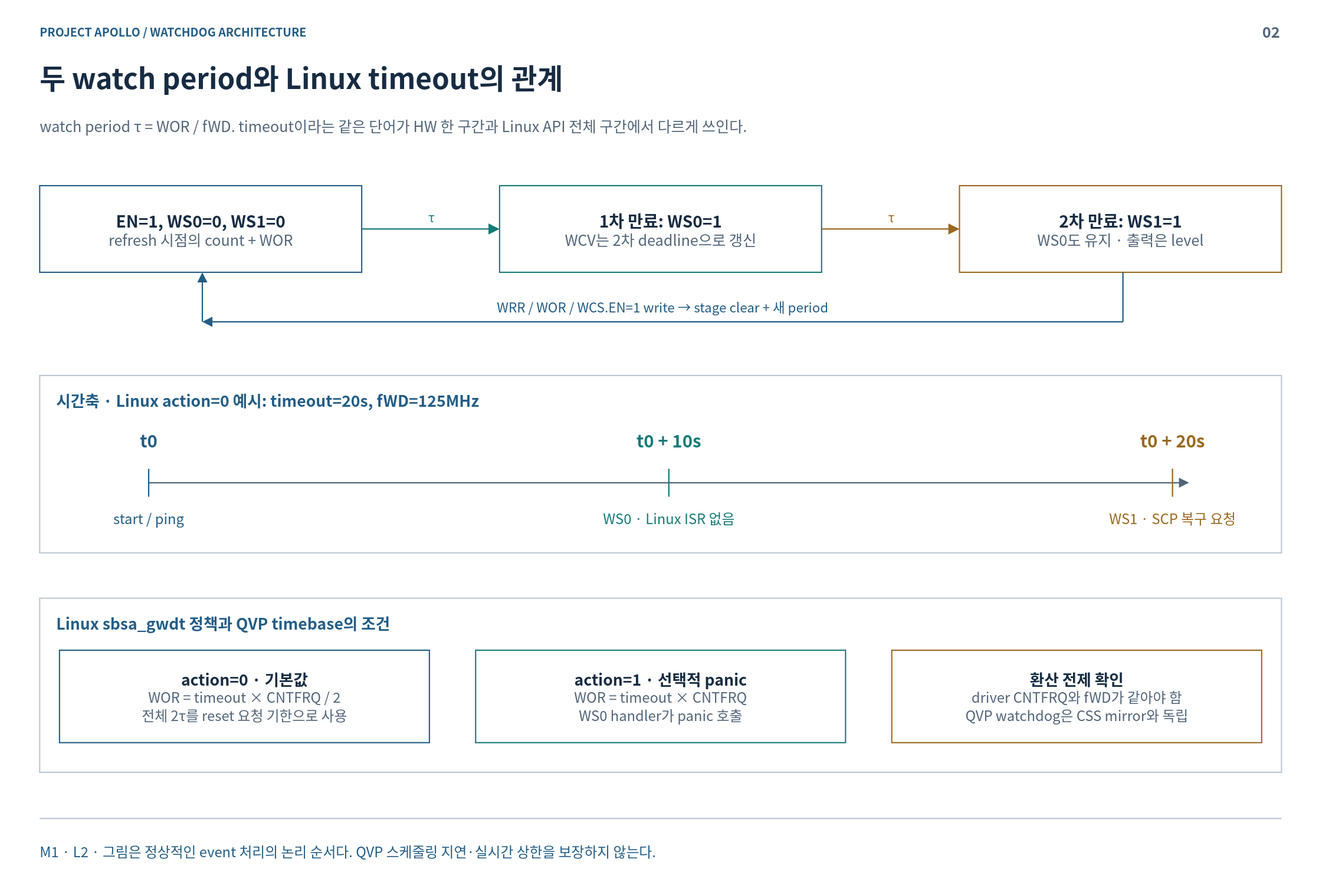
The draw.io diagram doc/phase1/watchdog/diagrams/02-stages.drawio.svg in cometzero/project-apollo, before a commit. Source tidied: cells renumbered, new cells last; positions are measured from the earlier drawing's top-left corner, leaving out a move shared by most shapes.
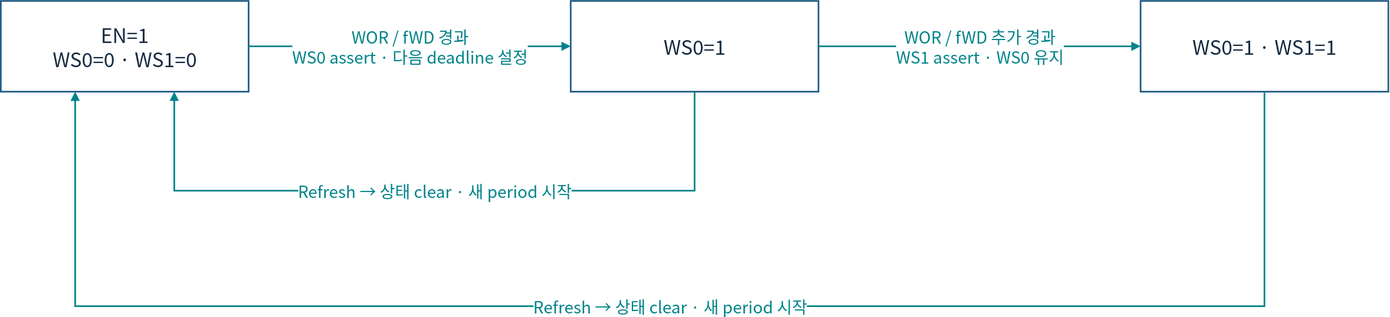
Above is the later version.

Change to the diagram source:
```diff
@@ -2,130 +2,36 @@
   <root>
     <mxCell id="0" />
     <mxCell id="1" parent="0" />
-    <mxCell id="2" style="rounded=0;whiteSpace=wrap;html=1;fillColor=#FFFFFF;strokeWidth=1.5;fontFamily=Noto Sans CJK KR;fontSize=18;spacing=12;fontColor=#172C43;strokeColor=none;" parent="1" vertex="1">
-      <mxGeometry width="1600" height="1080" as="geometry" />
-    </mxCell>
-    <mxCell id="3" value="PROJECT APOLLO / WATCHDOG ARCHITECTURE" style="rounded=0;whiteSpace=wrap;html=1;fillColor=#FFFFFF;strokeWidth=1.5;fontFamily=Noto Sans CJK KR;fontSize=18;spacing=12;fontColor=#172C43;strokeColor=none;fillColor=none;spacing=0;align=left;verticalAlign=middle;fontSize=14;fontColor=#235D86;fontStyle=1;" parent="1" vertex="1">
-      <mxGeometry x="48" y="26" width="1400" height="24" as="geometry" />
-    </mxCell>
-    <mxCell id="4" value="02" style="rounded=0;whiteSpace=wrap;html=1;fillColor=#FFFFFF;strokeWidth=1.5;fontFamily=Noto Sans CJK KR;fontSize=18;spacing=12;fontColor=#172C43;strokeColor=none;fillColor=none;spacing=0;align=right;verticalAlign=middle;fontSize=18;fontColor=#52657A;fontStyle=1;" parent="1" vertex="1">
-      <mxGeometry x="1485" y="23" width="65" height="30" as="geometry" />
-    </mxCell>
-    <mxCell id="5" value="두 watch period와 Linux timeout의 관계" style="rounded=0;whiteSpace=wrap;html=1;fillColor=#FFFFFF;strokeWidth=1.5;fontFamily=Noto Sans CJK KR;fontSize=18;spacing=12;fontColor=#172C43;strokeColor=none;fillColor=none;spacing=0;align=left;verticalAlign=middle;fontSize=34;fontColor=#172C43;fontStyle=1;" parent="1" vertex="1">
-      <mxGeometry x="48" y="67" width="1504" height="54" as="geometry" />
-    </mxCell>
-    <mxCell id="6" value="watch period τ = WOR / fWD. timeout이라는 같은 단어가 HW 한 구간과 Linux API 전체 구간에서 다르게 쓰인다." style="rounded=0;whiteSpace=wrap;html=1;fillColor=#FFFFFF;strokeWidth=1.5;fontFamily=Noto Sans CJK KR;fontSize=18;spacing=12;fontColor=#172C43;strokeColor=none;fillColor=none;spacing=0;align=left;verticalAlign=middle;fontSize=18;fontColor=#52657A;fontStyle=0;" parent="1" vertex="1">
-      <mxGeometry x="48" y="127" width="1504" height="50" as="geometry" />
-    </mxCell>
-    <mxCell id="7" style="html=1;whiteSpace=nowrap;edgeStyle=none;endArrow=none;endSize=8;strokeWidth=1.6;strokeColor=#BAC7D3;fontColor=#BAC7D3;fontFamily=Noto Sans CJK KR;fontSize=16;labelBackgroundColor=#FFFFFF;dashed=0;" parent="1" edge="1">
-      <mxGeometry relative="1" as="geometry">
-        <mxPoint x="48" y="992" as="sourcePoint" />
-        <mxPoint x="1552" y="992" as="targetPoint" />
-      </mxGeometry>
-    </mxCell>
-    <mxCell id="8" value="M1 · L2 · 그림은 정상적인 event 처리의 논리 순서다. QVP 스케줄링 지연·실시간 상한을 보장하지 않는다." style="rounded=0;whiteSpace=wrap;html=1;fillColor=#FFFFFF;strokeWidth=1.5;fontFamily=Noto Sans CJK KR;fontSize=18;spacing=12;fontColor=#172C43;strokeColor=none;fillColor=none;spacing=0;align=left;verticalAlign=middle;fontSize=17;fontColor=#235D86;fontStyle=0;" parent="1" vertex="1">
-      <mxGeometry x="48" y="1007" width="1504" height="50" as="geometry" />
-    </mxCell>
-    <mxCell id="9" value="&lt;b style=&quot;font-size:20px&quot;&gt;EN=1, WS0=0, WS1=0&lt;/b&gt;&lt;br&gt;&lt;font color=&quot;#52657A&quot; style=&quot;font-size:18px&quot;&gt;refresh 시점의 count + WOR&lt;/font&gt;" style="rounded=0;whiteSpace=wrap;html=1;fillColor=#FFFFFF;strokeWidth=1.5;fontFamily=Noto Sans CJK KR;fontSize=18;spacing=12;fontColor=#172C43;strokeColor=#235D86;" parent="1" vertex="1">
-      <mxGeometry x="48" y="225" width="390" height="105" as="geometry" />
+    <mxCell id="9" value="EN=1&lt;br&gt;WS0=0 · WS1=0" style="rounded=0;whiteSpace=wrap;html=1;fillColor=#FFFFFF;strokeColor=#235D86;strokeWidth=2;fontColor=#172C43;fontFamily=Noto Sans CJK KR;fontSize=24;spacing=10;" parent="1" vertex="1">
+      <mxGeometry x="48" y="225" width="300" height="110" as="geometry" />
     </mxCell>
-    <mxCell id="10" value="&lt;b style=&quot;font-size:20px&quot;&gt;1차 만료: WS0=1&lt;/b&gt;&lt;br&gt;&lt;font color=&quot;#52657A&quot; style=&quot;font-size:18px&quot;&gt;WCV는 2차 deadline으로 갱신&lt;/font&gt;" style="rounded=0;whiteSpace=wrap;html=1;fillColor=#FFFFFF;strokeWidth=1.5;fontFamily=Noto Sans CJK KR;fontSize=18;spacing=12;fontColor=#172C43;strokeColor=#147B79;" parent="1" vertex="1">
-      <mxGeometry x="605" y="225" width="390" height="105" as="geometry" />
-    </mxCell>
-    <mxCell id="11" value="&lt;b style=&quot;font-size:20px&quot;&gt;2차 만료: WS1=1&lt;/b&gt;&lt;br&gt;&lt;font color=&quot;#52657A&quot; style=&quot;font-size:18px&quot;&gt;WS0도 유지 · 출력은 level&lt;/font&gt;" style="rounded=0;whiteSpace=wrap;html=1;fillColor=#FFFFFF;strokeWidth=1.5;fontFamily=Noto Sans CJK KR;fontSize=18;spacing=12;fontColor=#172C43;strokeColor=#9A681E;" parent="1" vertex="1">
-      <mxGeometry x="1162" y="225" width="390" height="105" as="geometry" />
-    </mxCell>
-    <mxCell id="12" value="τ" style="html=1;whiteSpace=nowrap;edgeStyle=orthogonalEdgeStyle;rounded=0;endArrow=block;endSize=9;strokeWidth=1.7;strokeColor=#147B79;fontColor=#147B79;fontFamily=Noto Sans CJK KR;fontSize=15;labelBackgroundColor=#FFFFFF;" parent="1" edge="1" source="9" target="10">
-      <mxGeometry relative="1" as="geometry">
-        <mxPoint y="-16" as="offset" />
-      </mxGeometry>
-    </mxCell>
-    <mxCell id="13" value="τ" style="html=1;whiteSpace=nowrap;edgeStyle=orthogonalEdgeStyle;rounded=0;endArrow=block;endSize=9;strokeWidth=1.7;strokeColor=#9A681E;fontColor=#9A681E;fontFamily=Noto Sans CJK KR;fontSize=15;labelBackgroundColor=#FFFFFF;" parent="1" edge="1" source="10" target="11">
-      <mxGeometry relative="1" as="geometry">
-        <mxPoint y="-16" as="offset" />
-      </mxGeometry>
-    </mxCell>
-    <mxCell id="14" style="html=1;whiteSpace=nowrap;edgeStyle=none;endArrow=none;endSize=8;strokeWidth=1.6;strokeColor=#235D86;fontColor=#235D86;fontFamily=Noto Sans CJK KR;fontSize=16;labelBackgroundColor=#FFFFFF;dashed=0;" parent="1" edge="1">
-      <mxGeometry relative="1" as="geometry">
-        <mxPoint x="1360" y="330" as="sourcePoint" />
-        <mxPoint x="1360" y="390" as="targetPoint" />
-      </mxGeometry>
-    </mxCell>
-    <mxCell id="15" value="WRR / WOR / WCS.EN=1 write → stage clear + 새 period" style="html=1;whiteSpace=nowrap;edgeStyle=none;endArrow=block;endSize=8;strokeWidth=1.6;strokeColor=#235D86;fontColor=#235D86;fontFamily=Noto Sans CJK KR;fontSize=16;labelBackgroundColor=#FFFFFF;dashed=0;" parent="1" edge="1">
-      <mxGeometry relative="1" as="geometry">
-        <mxPoint x="1360" y="390" as="sourcePoint" />
-        <mxPoint x="245" y="390" as="targetPoint" />
-        <mxPoint y="-18" as="offset" />
-      </mxGeometry>
-    </mxCell>
-    <mxCell id="16" style="html=1;whiteSpace=nowrap;edgeStyle=none;endArrow=block;endSize=8;strokeWidth=1.6;strokeColor=#235D86;fontColor=#235D86;fontFamily=Noto Sans CJK KR;fontSize=16;labelBackgroundColor=#FFFFFF;dashed=0;" parent="1" edge="1">
-      <mxGeometry relative="1" as="geometry">
-        <mxPoint x="245" y="390" as="sourcePoint" />
-        <mxPoint x="245" y="330" as="targetPoint" />
-      </mxGeometry>
-    </mxCell>
-    <mxCell id="17" style="rounded=0;whiteSpace=wrap;html=1;fillColor=#FFFFFF;strokeWidth=1.5;fontFamily=Noto Sans CJK KR;fontSize=18;spacing=12;fontColor=#172C43;strokeColor=#BAC7D3;" parent="1" vertex="1">
-      <mxGeometry x="48" y="455" width="1504" height="215" as="geometry" />
-    </mxCell>
-    <mxCell id="18" value="시간축 · Linux action=0 예시: timeout=20s, fWD=125MHz" style="rounded=0;whiteSpace=wrap;html=1;fillColor=#FFFFFF;strokeWidth=1.5;fontFamily=Noto Sans CJK KR;fontSize=18;spacing=12;fontColor=#172C43;strokeColor=none;fillColor=none;spacing=0;align=left;verticalAlign=middle;fontSize=19;fontColor=#235D86;fontStyle=1;" parent="1" vertex="1">
-      <mxGeometry x="68" y="469" width="1464" height="32" as="geometry" />
-    </mxCell>
-    <mxCell id="19" style="html=1;whiteSpace=nowrap;edgeStyle=none;endArrow=block;endSize=8;strokeWidth=1.6;strokeColor=#52657A;fontColor=#52657A;fontFamily=Noto Sans CJK KR;fontSize=16;labelBackgroundColor=#FFFFFF;dashed=0;" parent="1" edge="1">
-      <mxGeometry relative="1" as="geometry">
-        <mxPoint x="180" y="585" as="sourcePoint" />
-        <mxPoint x="1440" y="585" as="targetPoint" />
-      </mxGeometry>
-    </mxCell>
-    <mxCell id="20" style="html=1;whiteSpace=nowrap;edgeStyle=none;endArrow=none;endSize=8;strokeWidth=1.6;strokeColor=#235D86;fontColor=#235D86;fontFamily=Noto Sans CJK KR;fontSize=16;labelBackgroundColor=#FFFFFF;dashed=0;" parent="1" edge="1">
-      <mxGeometry relative="1" as="geometry">
-        <mxPoint x="180" y="568" as="sourcePoint" />
-        <mxPoint x="180" y="602" as="targetPoint" />
-      </mxGeometry>
-    </mxCell>
-    <mxCell id="21" value="t0" style="rounded=0;whiteSpace=wrap;html=1;fillColor=#FFFFFF;strokeWidth=1.5;fontFamily=Noto Sans CJK KR;fontSize=18;spacing=12;fontColor=#172C43;strokeColor=none;fillColor=none;spacing=0;align=center;verticalAlign=middle;fontSize=21;fontColor=#235D86;fontStyle=1;" parent="1" vertex="1">
-      <mxGeometry x="20" y="510" width="320" height="45" as="geometry" />
-    </mxCell>
-    <mxCell id="22" value="start / ping" style="rounded=0;whiteSpace=wrap;html=1;fillColor=#FFFFFF;strokeWidth=1.5;fontFamily=Noto Sans CJK KR;fontSize=18;spacing=12;fontColor=#172C43;strokeColor=none;fillColor=none;spacing=0;align=center;verticalAlign=middle;fontSize=17;fontColor=#235D86;fontStyle=0;" parent="1" vertex="1">
-      <mxGeometry x="15" y="612" width="330" height="32" as="geometry" />
-    </mxCell>
-    <mxCell id="23" style="html=1;whiteSpace=nowrap;edgeStyle=none;endArrow=none;endSize=8;strokeWidth=1.6;strokeColor=#147B79;fontColor=#147B79;fontFamily=Noto Sans CJK KR;fontSize=16;labelBackgroundColor=#FFFFFF;dashed=0;" parent="1" edge="1">
-      <mxGeometry relative="1" as="geometry">
-        <mxPoint x="810" y="568" as="sourcePoint" />
-        <mxPoint x="810" y="602" as="targetPoint" />
-      </mxGeometry>
-    </mxCell>
-    <mxCell id="24" value="t0 + 10s" style="rounded=0;whiteSpace=wrap;html=1;fillColor=#FFFFFF;strokeWidth=1.5;fontFamily=Noto Sans CJK KR;fontSize=18;spacing=12;fontColor=#172C43;strokeColor=none;fillColor=none;spacing=0;align=center;verticalAlign=middle;fontSize=21;fontColor=#147B79;fontStyle=1;" parent="1" vertex="1">
-      <mxGeometry x="650" y="510" width="320" height="45" as="geometry" />
-    </mxCell>
-    <mxCell id="25" value="WS0 · Linux ISR 없음" style="rounded=0;whiteSpace=wrap;html=1;fillColor=#FFFFFF;strokeWidth=1.5;fontFamily=Noto Sans CJK KR;fontSize=18;spacing=12;fontColor=#172C43;strokeColor=none;fillColor=none;spacing=0;align=center;verticalAlign=middle;fontSize=17;fontColor=#147B79;fontStyle=0;" parent="1" vertex="1">
-      <mxGeometry x="645" y="612" width="330" height="32" as="geometry" />
-    </mxCell>
-    <mxCell id="26" style="html=1;whiteSpace=nowrap;edgeStyle=none;endArrow=none;endSize=8;strokeWidth=1.6;strokeColor=#9A681E;fontColor=#9A681E;fontFamily=Noto Sans CJK KR;fontSize=16;labelBackgroundColor=#FFFFFF;dashed=0;" parent="1" edge="1">
-      <mxGeometry relative="1" as="geometry">
-        <mxPoint x="1420" y="568" as="sourcePoint" />
-        <mxPoint x="1420" y="602" as="targetPoint" />
-      </mxGeometry>
-    </mxCell>
-    <mxCell id="27" value="t0 + 20s" style="rounded=0;whiteSpace=wrap;html=1;fillColor=#FFFFFF;strokeWidth=1.5;fontFamily=Noto Sans CJK KR;fontSize=18;spacing=12;fontColor=#172C43;strokeColor=none;fillColor=none;spacing=0;align=center;verticalAlign=middle;fontSize=21;fontColor=#9A681E;fontStyle=1;" parent="1" vertex="1">
-      <mxGeometry x="1260" y="510" width="320" height="45" as="geometry" />
-    </mxCell>
-    <mxCell id="28" value="WS1 · SCP 복구 요청" style="rounded=0;whiteSpace=wrap;html=1;fillColor=#FFFFFF;strokeWidth=1.5;fontFamily=Noto Sans CJK KR;fontSize=18;spacing=12;fontColor=#172C43;strokeColor=none;fillColor=none;spacing=0;align=center;verticalAlign=middle;fontSize=17;fontColor=#9A681E;fontStyle=0;" parent="1" vertex="1">
-      <mxGeometry x="1255" y="612" width="330" height="32" as="geometry" />
-    </mxCell>
-    <mxCell id="29" style="rounded=0;whiteSpace=wrap;html=1;fillColor=#FFFFFF;strokeWidth=1.5;fontFamily=Noto Sans CJK KR;fontSize=18;spacing=12;fontColor=#172C43;strokeColor=#BAC7D3;" parent="1" vertex="1">
-      <mxGeometry x="48" y="725" width="1504" height="211" as="geometry" />
-    </mxCell>
-    <mxCell id="30" value="Linux sbsa_gwdt 정책과 QVP timebase의 조건" style="rounded=0;whiteSpace=wrap;html=1;fillColor=#FFFFFF;strokeWidth=1.5;fontFamily=Noto Sans CJK KR;fontSize=18;spacing=12;fontColor=#172C43;strokeColor=none;fillColor=none;spacing=0;align=left;verticalAlign=middle;fontSize=19;fontColor=#235D86;fontStyle=1;" parent="1" vertex="1">
-      <mxGeometry x="68" y="739" width="1464" height="32" as="geometry" />
-    </mxCell>
-    <mxCell id="31" value="&lt;b style=&quot;font-size:19px&quot;&gt;action=0 · 기본값&lt;/b&gt;&lt;br&gt;&lt;font color=&quot;#52657A&quot; style=&quot;font-size:17px&quot;&gt;WOR = timeout × CNTFRQ / 2&lt;br&gt;전체 2τ를 reset 요청 기한으로 사용&lt;/font&gt;" style="rounded=0;whiteSpace=wrap;html=1;fillColor=#FFFFFF;strokeWidth=1.5;fontFamily=Noto Sans CJK KR;fontSize=18;spacing=12;fontColor=#172C43;strokeColor=#235D86;" parent="1" vertex="1">
-      <mxGeometry x="72" y="788" width="448" height="112" as="geometry" />
-    </mxCell>
-    <mxCell id="32" value="&lt;b style=&quot;font-size:19px&quot;&gt;action=1 · 선택적 panic&lt;/b&gt;&lt;br&gt;&lt;font color=&quot;#52657A&quot; style=&quot;font-size:17px&quot;&gt;WOR = timeout × CNTFRQ&lt;br&gt;WS0 handler가 panic 호출&lt;/font&gt;" style="rounded=0;whiteSpace=wrap;html=1;fillColor=#FFFFFF;strokeWidth=1.5;fontFamily=Noto Sans CJK KR;fontSize=18;spacing=12;fontColor=#172C43;strokeColor=#147B79;" parent="1" vertex="1">
-      <mxGeometry x="576" y="788" width="448" height="112" as="geometry" />
-    </mxCell>
-    <mxCell id="33" value="&lt;b style=&quot;font-size:19px&quot;&gt;환산 전제 확인&lt;/b&gt;&lt;br&gt;&lt;font color=&quot;#52657A&quot; style=&quot;font-size:17px&quot;&gt;driver CNTFRQ와 fWD가 같아야 함&lt;br&gt;QVP watchdog은 CSS mirror와 독립&lt;/font&gt;" style="rounded=0;whiteSpace=wrap;html=1;fillColor=#FFFFFF;strokeWidth=1.5;fontFamily=Noto Sans CJK KR;fontSize=18;spacing=12;fontColor=#172C43;strokeColor=#9A681E;" parent="1" vertex="1">
-      <mxGeometry x="1080" y="788" width="448" height="112" as="geometry" />
-    </mxCell>
+    <mxCell id="34" value="WS0=1" style="rounded=0;whiteSpace=wrap;html=1;fillColor=#FFFFFF;strokeColor=#235D86;strokeWidth=2;fontColor=#172C43;fontFamily=Noto Sans CJK KR;fontSize=24;spacing=10;" parent="1" vertex="1">
+      <mxGeometry x="738" y="225" width="300" height="110" as="geometry" />
+    </mxCell>
+    <mxCell id="35" value="WS0=1 · WS1=1" style="rounded=0;whiteSpace=wrap;html=1;fillColor=#FFFFFF;strokeColor=#235D86;strokeWidth=2;fontColor=#172C43;fontFamily=Noto Sans CJK KR;fontSize=24;spacing=10;" parent="1" vertex="1">
+      <mxGeometry x="1428" y="225" width="300" height="110" as="geometry" />
+    </mxCell>
+    <mxCell id="36" value="WOR / fWD 경과&lt;br&gt;WS0 assert · 다음 deadline 설정" style="edgeStyle=orthogonalEdgeStyle;rounded=0;html=1;endArrow=block;endFill=1;strokeWidth=2;strokeColor=#00838A;fontColor=#00838A;fontFamily=Noto Sans CJK KR;fontSize=20;labelBackgroundColor=#FFFFFF;jumpStyle=arc;exitX=1;exitY=0.5;entryX=0;entryY=0.5;" parent="1" edge="1" source="9" target="34">
+      <mxGeometry relative="1" as="geometry" />
+    </mxCell>
+    <mxCell id="37" value="WOR / fWD 추가 경과&lt;br&gt;WS1 assert · WS0 유지" style="edgeStyle=orthogonalEdgeStyle;rounded=0;html=1;endArrow=block;endFill=1;strokeWidth=2;strokeColor=#00838A;fontColor=#00838A;fontFamily=Noto Sans CJK KR;fontSize=20;labelBackgroundColor=#FFFFFF;jumpStyle=arc;exitX=1;exitY=0.5;entryX=0;entryY=0.5;" parent="1" edge="1" source="34" target="35">
+      <mxGeometry relative="1" as="geometry" />
+    </mxCell>
+    <mxCell id="38" value="Refresh → 상태 clear · 새 period 시작" style="edgeStyle=orthogonalEdgeStyle;rounded=0;html=1;endArrow=block;endFill=1;strokeWidth=2;strokeColor=#00838A;fontColor=#00838A;fontFamily=Noto Sans CJK KR;fontSize=20;labelBackgroundColor=#FFFFFF;jumpStyle=arc;exitX=0.5;exitY=1;entryX=0.7;entryY=1;" parent="1" edge="1" source="34" target="9">
+      <mxGeometry relative="1" as="geometry">
+        <Array as="points">
+          <mxPoint x="888" y="455" />
+          <mxPoint x="258" y="455" />
+        </Array>
+      </mxGeometry>
+    </mxCell>
+    <mxCell id="39" value="Refresh → 상태 clear · 새 period 시작" style="edgeStyle=orthogonalEdgeStyle;rounded=0;html=1;endArrow=block;endFill=1;strokeWidth=2;strokeColor=#00838A;fontColor=#00838A;fontFamily=Noto Sans CJK KR;fontSize=20;labelBackgroundColor=#FFFFFF;jumpStyle=arc;exitX=0.5;exitY=1;entryX=0.3;entryY=1;" parent="1" edge="1" source="35" target="9">
+      <mxGeometry relative="1" as="geometry">
+        <Array as="points">
+          <mxPoint x="1578" y="595" />
+          <mxPoint x="138" y="595" />
+        </Array>
+      </mxGeometry>
+    </mxCell>
   </root>
 </mxGraphModel>
```
